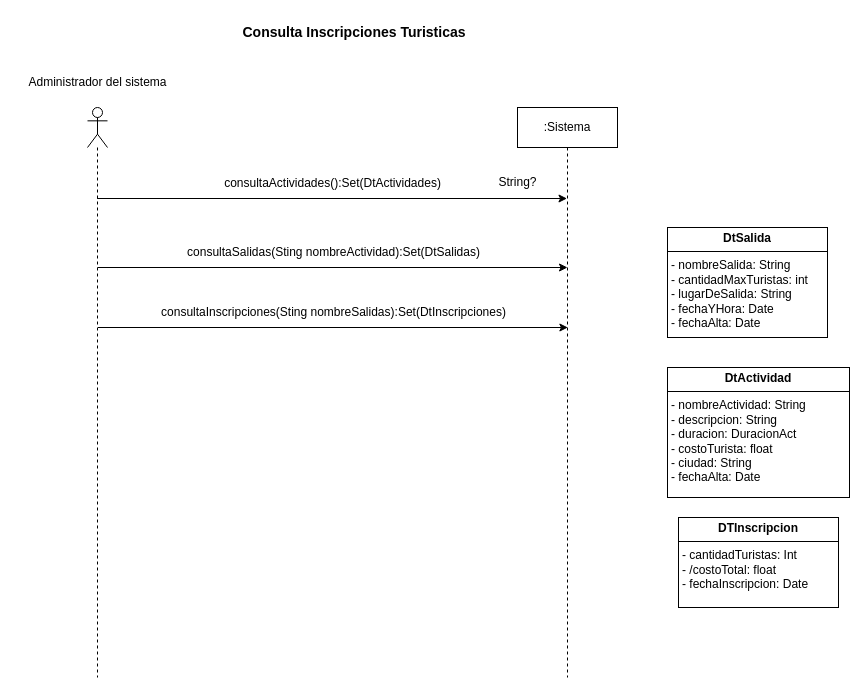
Above: page "CU9_ConsultaInscripcionesTuristicas" (6 of 8) of resources/Tarea1.drawio in rofernandezm/Tencnoinf_Pap2025_Tarea1 (draw.io), before the change. Source tidied: cells renumbered, new cells numbered last; positions are measured from the earlier drawing's top-left corner, leaving out a move shared by most shapes. Both pictures are drawn from the tidied source at 100%, with x=0, y=0 at pixel (17, 17).
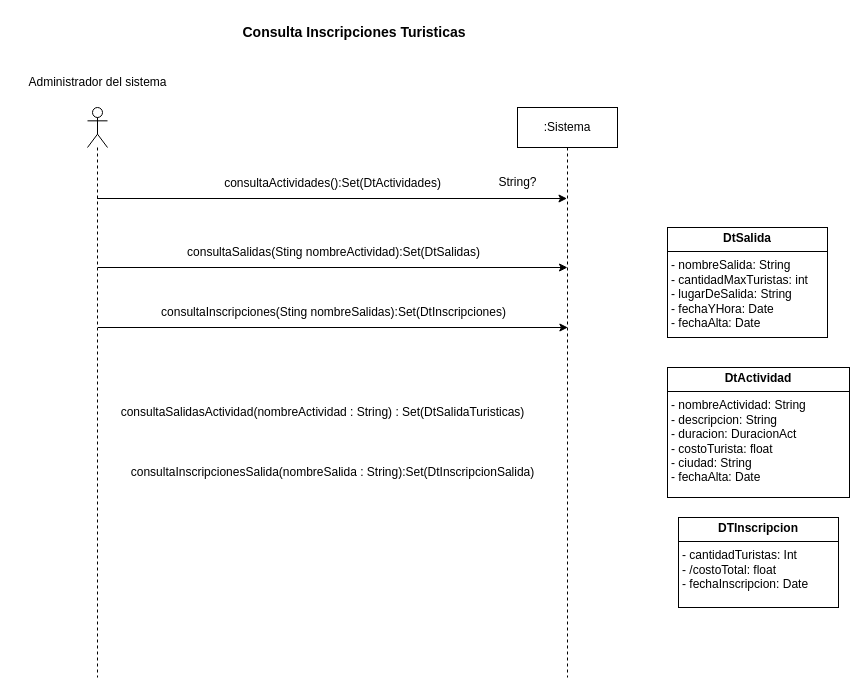
Above is the later version.

Change to the diagram source:
```diff
@@
+    <mxCell id="16" value="consultaSalidasActividad(nombreActividad : String) : Set(DtSalidaTuristicas)" style="text;html=1;align=center;verticalAlign=middle;strokeColor=none;fillColor=none;" parent="1" vertex="1">
+      <mxGeometry x="90" y="380" width="430" height="30" as="geometry" />
+    </mxCell>
+    <mxCell id="17" value="consultaInscripcionesSalida(nombreSalida : String):Set(DtInscripcionSalida)" style="text;html=1;align=center;verticalAlign=middle;strokeColor=none;fillColor=none;" parent="1" vertex="1">
+      <mxGeometry x="100" y="440" width="430" height="30" as="geometry" />
+    </mxCell>
```
